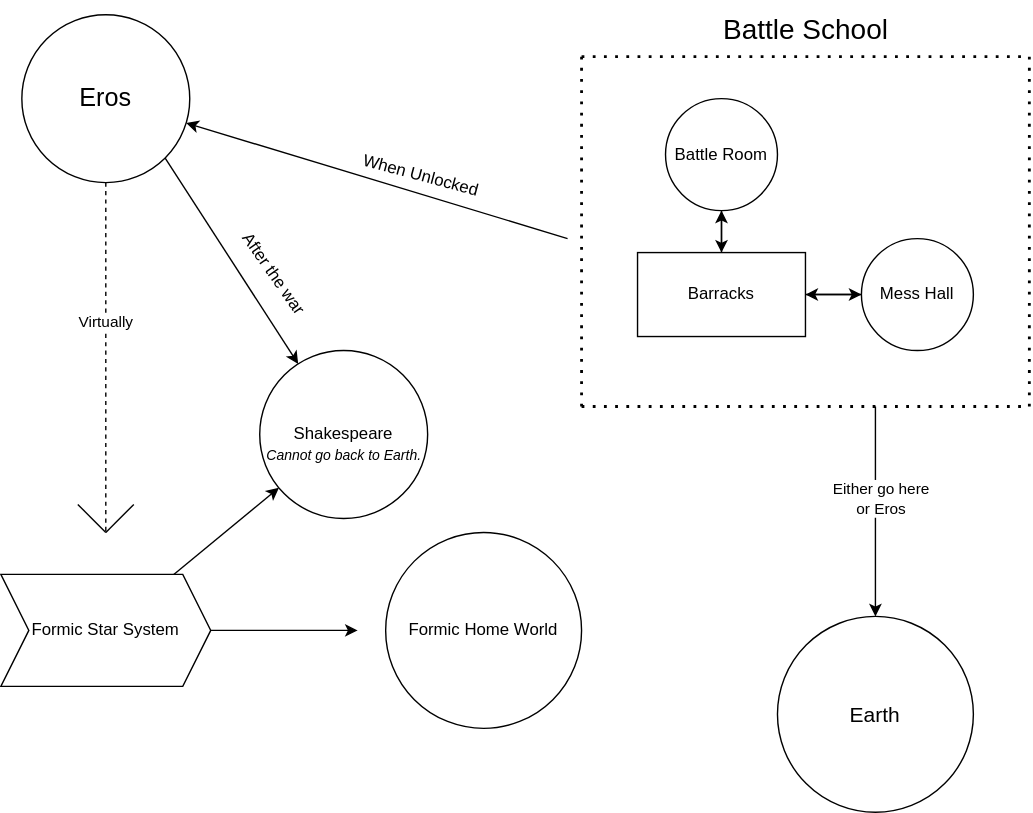
The draw.io diagram apps/server/spec/enders-game-map.drawio.svg in Clayal10/enders_game, before a commit. Source tidied: cells renumbered, new cells last; positions are measured from the earlier drawing's top-left corner, leaving out a move shared by most shapes.
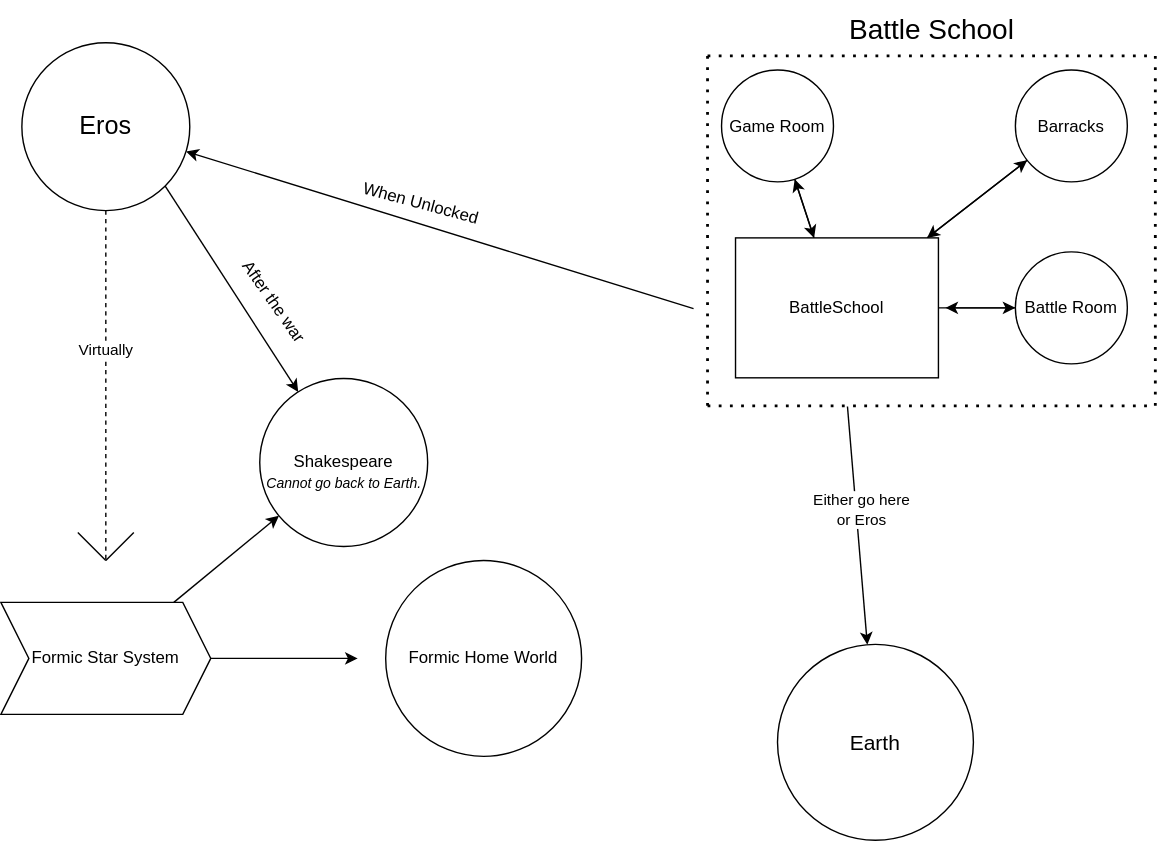
After the commit.

The edit, as a diff of the source:
```diff
@@ -2,60 +2,51 @@
   <root>
     <mxCell id="0" />
     <mxCell id="1" parent="0" />
+    <mxCell id="32" style="edgeStyle=none;html=1;" parent="1" edge="1" source="4" target="38">
+      <mxGeometry relative="1" as="geometry" />
+    </mxCell>
+    <mxCell id="33" style="edgeStyle=none;html=1;" parent="1" edge="1" source="4" target="36">
+      <mxGeometry relative="1" as="geometry" />
+    </mxCell>
-    <mxCell id="2" style="html=1;entryX=0.5;entryY=1;entryDx=0;entryDy=0;" parent="1" edge="1" source="4" target="6">
+    <mxCell id="2" style="edgeStyle=none;html=1;" parent="1" edge="1" source="4" target="6">
       <mxGeometry relative="1" as="geometry" />
     </mxCell>
-    <mxCell id="3" style="edgeStyle=none;html=1;exitX=1;exitY=0.5;exitDx=0;exitDy=0;entryX=0;entryY=0.5;entryDx=0;entryDy=0;" parent="1" edge="1" source="4" target="8">
-      <mxGeometry relative="1" as="geometry" />
-    </mxCell>
-    <mxCell id="4" value="Barracks" style="rounded=0;whiteSpace=wrap;html=1;" parent="1" vertex="1">
-      <mxGeometry x="455" y="180" width="120" height="60" as="geometry" />
+    <mxCell id="4" value="BattleSchool" style="rounded=0;whiteSpace=wrap;html=1;" parent="1" vertex="1">
+      <mxGeometry x="525" y="149.5" width="145" height="100" as="geometry" />
     </mxCell>
-    <mxCell id="5" style="edgeStyle=none;html=1;entryX=0.5;entryY=0;entryDx=0;entryDy=0;" parent="1" edge="1" source="6" target="4">
-      <mxGeometry relative="1" as="geometry" />
-    </mxCell>
-    <mxCell id="6" value="Battle Room" style="ellipse;whiteSpace=wrap;html=1;" parent="1" vertex="1">
-      <mxGeometry x="475" y="70" width="80" height="80" as="geometry" />
-    </mxCell>
-    <mxCell id="7" style="edgeStyle=none;html=1;entryX=1;entryY=0.5;entryDx=0;entryDy=0;" parent="1" edge="1" source="8" target="4">
-      <mxGeometry relative="1" as="geometry" />
-    </mxCell>
-    <mxCell id="8" value="Mess Hall" style="ellipse;whiteSpace=wrap;html=1;" parent="1" vertex="1">
-      <mxGeometry x="615" y="170" width="80" height="80" as="geometry" />
-    </mxCell>
     <mxCell id="9" style="endArrow=none;dashed=1;html=1;dashPattern=1 3;strokeWidth=2;" parent="1" edge="1">
       <mxGeometry relative="1" as="geometry">
-        <mxPoint x="415" y="290" as="sourcePoint" />
-        <mxPoint x="415" y="40" as="targetPoint" />
+        <mxPoint x="505" y="269.5" as="sourcePoint" />
+        <mxPoint x="505" y="19.5" as="targetPoint" />
         <Array as="points">
-          <mxPoint x="415" y="160" />
+          <mxPoint x="505" y="139.5" />
         </Array>
       </mxGeometry>
     </mxCell>
     <mxCell id="10" style="endArrow=none;dashed=1;html=1;dashPattern=1 3;strokeWidth=2;" parent="1" edge="1">
       <mxGeometry relative="1" as="geometry">
-        <mxPoint x="735" y="290" as="sourcePoint" />
-        <mxPoint x="735" y="40" as="targetPoint" />
+        <mxPoint x="825" y="269.5" as="sourcePoint" />
+        <mxPoint x="825" y="19.5" as="targetPoint" />
       </mxGeometry>
     </mxCell>
     <mxCell id="11" style="endArrow=none;dashed=1;html=1;dashPattern=1 3;strokeWidth=2;" parent="1" edge="1">
       <mxGeometry relative="1" as="geometry">
-        <mxPoint x="415" y="290" as="sourcePoint" />
-        <mxPoint x="735" y="290" as="targetPoint" />
+        <mxPoint x="505" y="269.5" as="sourcePoint" />
+        <mxPoint x="825" y="269.5" as="targetPoint" />
       </mxGeometry>
     </mxCell>
     <mxCell id="12" style="endArrow=none;dashed=1;html=1;dashPattern=1 3;strokeWidth=2;" parent="1" edge="1">
       <mxGeometry relative="1" as="geometry">
-        <mxPoint x="415" y="40" as="sourcePoint" />
-        <mxPoint x="735" y="40" as="targetPoint" />
+        <mxPoint x="505" y="19.5" as="sourcePoint" />
+        <mxPoint x="825" y="19.5" as="targetPoint" />
       </mxGeometry>
     </mxCell>
     <mxCell id="13" value="&lt;font style=&quot;font-size: 20px;&quot;&gt;Battle School&lt;/font&gt;" style="text;html=1;align=center;verticalAlign=middle;strokeColor=none;fillColor=none;" parent="1" vertex="1">
-      <mxGeometry x="505" width="140" height="40" as="geometry" />
+      <mxGeometry x="595" y="-20.5" width="140" height="40" as="geometry" />
     </mxCell>
     <mxCell id="14" style="edgeStyle=none;html=1;" parent="1" edge="1" target="16">
       <mxGeometry relative="1" as="geometry">
-        <mxPoint x="405" y="170" as="sourcePoint" />
+        <mxPoint x="495" y="200" as="sourcePoint" />
       </mxGeometry>
     </mxCell>
     <mxCell id="15" style="edgeStyle=none;html=1;exitX=1;exitY=1;exitDx=0;exitDy=0;" parent="1" edge="1" source="16" target="26">
@@ -112,7 +103,7 @@
     </mxCell>
     <mxCell id="29" style="endArrow=classic;html=1;" parent="1" edge="1" target="31">
       <mxGeometry relative="1" as="geometry">
-        <mxPoint x="625" y="290" as="sourcePoint" />
+        <mxPoint x="605" y="270" as="sourcePoint" />
       </mxGeometry>
     </mxCell>
     <mxCell id="30" value="Either go here&lt;div&gt;or Eros&lt;/div&gt;" style="edgeLabel;html=1;align=center;verticalAlign=middle;" parent="29" vertex="1">
@@ -121,5 +112,25 @@
     <mxCell id="31" value="&lt;font style=&quot;font-size: 15px;&quot;&gt;Earth&lt;/font&gt;" style="ellipse;whiteSpace=wrap;html=1;" parent="1" vertex="1">
       <mxGeometry x="555" y="440" width="140" height="140" as="geometry" />
     </mxCell>
+    <mxCell id="34" style="edgeStyle=none;html=1;" parent="1" edge="1" source="6">
+      <mxGeometry relative="1" as="geometry">
+        <mxPoint x="675" y="199.5" as="targetPoint" />
+      </mxGeometry>
+    </mxCell>
+    <mxCell id="6" value="Battle Room" style="ellipse;whiteSpace=wrap;html=1;" parent="1" vertex="1">
+      <mxGeometry x="725" y="159.5" width="80" height="80" as="geometry" />
+    </mxCell>
+    <mxCell id="35" style="edgeStyle=none;html=1;" parent="1" edge="1" source="36" target="4">
+      <mxGeometry relative="1" as="geometry" />
+    </mxCell>
+    <mxCell id="36" value="Game Room" style="ellipse;whiteSpace=wrap;html=1;" parent="1" vertex="1">
+      <mxGeometry x="515" y="29.5" width="80" height="80" as="geometry" />
+    </mxCell>
+    <mxCell id="37" style="edgeStyle=none;html=1;" parent="1" edge="1" source="38" target="4">
+      <mxGeometry relative="1" as="geometry" />
+    </mxCell>
+    <mxCell id="38" value="Barracks" style="ellipse;whiteSpace=wrap;html=1;" parent="1" vertex="1">
+      <mxGeometry x="725" y="29.5" width="80" height="80" as="geometry" />
+    </mxCell>
   </root>
 </mxGraphModel>
```
